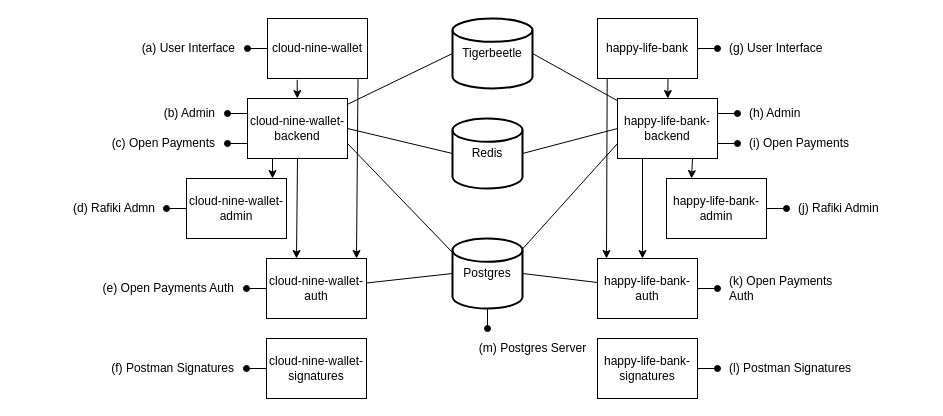
Above: localenv/local-dev.drawio in interledger/rafiki (draw.io), before the change. Source tidied: cells renumbered, new cells numbered last; positions are measured from the earlier drawing's top-left corner, leaving out a move shared by most shapes. Both pictures are drawn from the tidied source at 100%, with x=0, y=0 at pixel (17, 18).
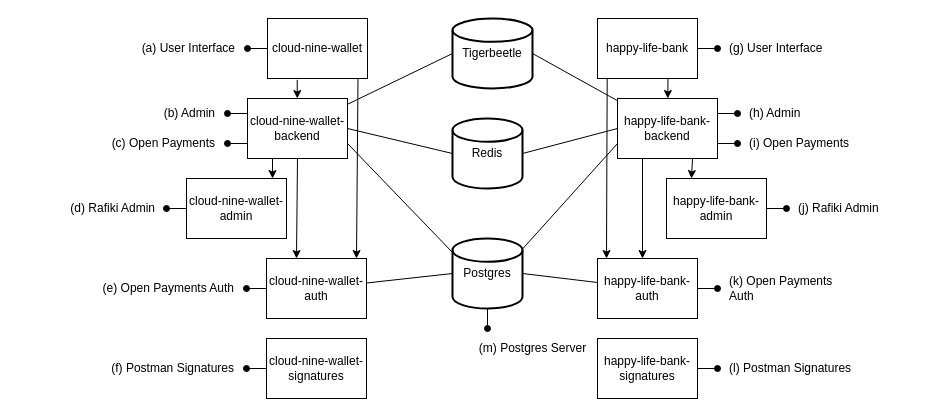
Above is the later version.

Commit message (it also covers changes not shown here):
fix: typo in diagram

What changed in the source:
```diff
@@
-    <mxCell id="54" value="&lt;div&gt;(d) Rafiki Admn&lt;br&gt;&lt;/div&gt;" style="text;html=1;align=right;verticalAlign=middle;whiteSpace=wrap;rounded=0;" parent="1" vertex="1">
+    <mxCell id="54" value="&lt;div&gt;(d) Rafiki Admin&lt;br&gt;&lt;/div&gt;" style="text;html=1;align=right;verticalAlign=middle;whiteSpace=wrap;rounded=0;" parent="1" vertex="1">
       <mxGeometry y="175" width="140" height="30" as="geometry" />
     </mxCell>
```
